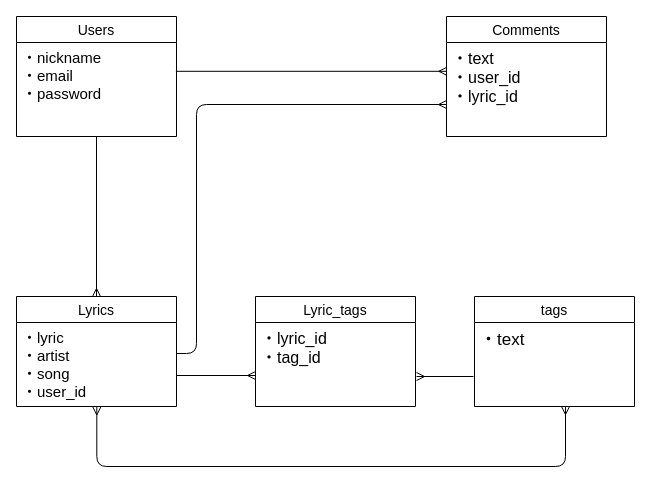
Before: lyric.dio in kenta6kmg/my_favorite_lyric, a draw.io diagram. Source tidied: cells renumbered, new cells numbered last; positions are measured from the earlier drawing's top-left corner, leaving out a move shared by most shapes. Both pictures are drawn from the tidied source at 100%, with x=0, y=0 at pixel (16, 16).
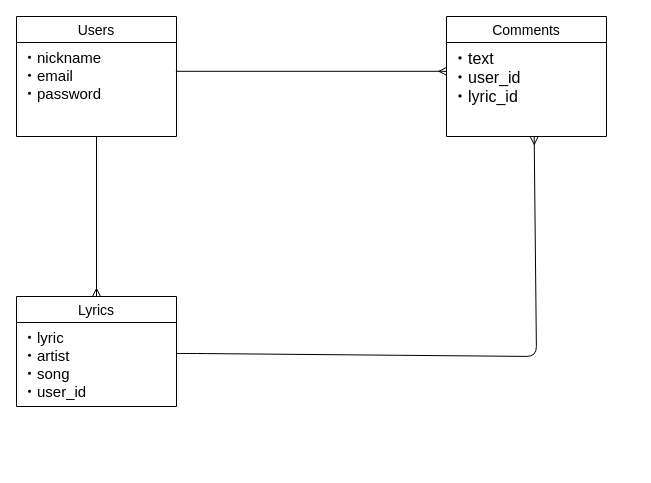
After the change.

Unchanged cells that the change refers to:
```xml
<mxCell id="3" value="・text&#10;・user_id&#10;・lyric_id" style="text;strokeColor=none;fillColor=none;spacingLeft=4;spacingRight=4;overflow=hidden;points=[[0,0.5],[1,0.5]];portConstraint=eastwest;fontSize=16;" parent="2" vertex="1">
  <mxGeometry y="26" width="160" height="94" as="geometry" />
</mxCell>
<mxCell id="7" value="・lyric&#10;・artist&#10;・song&#10;・user_id&#10;" style="text;strokeColor=none;fillColor=none;spacingLeft=4;spacingRight=4;overflow=hidden;points=[[0,0.5],[1,0.5]];portConstraint=eastwest;fontSize=15;" parent="6" vertex="1">
  <mxGeometry y="26" width="160" height="84" as="geometry" />
</mxCell>
```

The edit, as a diff of the source:
```diff
@@
-    <mxCell id="8" value="Lyric_tags" style="swimlane;fontStyle=0;horizontal=1;startSize=26;align=center;fontSize=14;" parent="1" vertex="1">
-      <mxGeometry x="239" y="280" width="160" height="110" as="geometry" />
-    </mxCell>
-    <mxCell id="9" value="・lyric_id&#10;・tag_id&#10;" style="text;strokeColor=none;fillColor=none;spacingLeft=4;spacingRight=4;overflow=hidden;fontSize=16;" parent="8" vertex="1">
-      <mxGeometry y="26" width="160" height="84" as="geometry" />
-    </mxCell>
-    <mxCell id="10" style="endArrow=none;html=1;rounded=0;fontSize=15;startArrow=ERmany;startFill=0;endFill=0;" parent="8" edge="1">
-      <mxGeometry relative="1" as="geometry">
-        <mxPoint x="161" y="80" as="sourcePoint" />
-        <mxPoint x="218" y="80" as="targetPoint" />
-      </mxGeometry>
-    </mxCell>
-    <mxCell id="11" value="tags" style="swimlane;fontStyle=0;horizontal=1;startSize=26;align=center;fontSize=14;" parent="1" vertex="1">
-      <mxGeometry x="458" y="280" width="160" height="110" as="geometry" />
-    </mxCell>
-    <mxCell id="12" value="・text" style="text;strokeColor=none;fillColor=none;spacingLeft=4;spacingRight=4;overflow=hidden;points=[[0,0.5],[1,0.5]];portConstraint=eastwest;fontSize=17;" parent="11" vertex="1">
-      <mxGeometry y="26" width="160" height="84" as="geometry" />
-    </mxCell>
@@
-    <mxCell id="15" style="endArrow=ERmany;html=1;entryX=0;entryY=0.5;entryDx=0;entryDy=0;endFill=0;" parent="1" edge="1">
+    <mxCell id="15" style="endArrow=ERmany;html=1;entryX=0.548;entryY=1;entryDx=0;entryDy=0;endFill=0;entryPerimeter=0;" parent="1" edge="1" target="3">
       <mxGeometry relative="1" as="geometry">
         <mxPoint x="160" y="337" as="sourcePoint" />
-        <mxPoint x="430" y="88" as="targetPoint" />
         <Array as="points">
           <mxPoint x="180" y="337" />
-          <mxPoint x="180" y="88" />
+          <mxPoint x="520" y="340" />
         </Array>
       </mxGeometry>
     </mxCell>
-    <mxCell id="16" style="edgeStyle=orthogonalEdgeStyle;fontSize=12;html=1;endArrow=ERmany;endFill=0;startArrow=ERmany;startFill=0;exitX=0.502;exitY=1.006;exitDx=0;exitDy=0;exitPerimeter=0;" parent="1" edge="1" source="7" target="12">
-      <mxGeometry relative="1" as="geometry">
-        <Array as="points">
-          <mxPoint x="80" y="450" />
-          <mxPoint x="549" y="450" />
-        </Array>
-      </mxGeometry>
-    </mxCell>
-    <mxCell id="17" style="endArrow=ERmany;html=1;rounded=0;fontSize=15;startArrow=none;startFill=0;endFill=0;" parent="1" edge="1">
-      <mxGeometry relative="1" as="geometry">
-        <mxPoint x="160" y="359" as="sourcePoint" />
-        <mxPoint x="239" y="359" as="targetPoint" />
-      </mxGeometry>
-    </mxCell>
```
